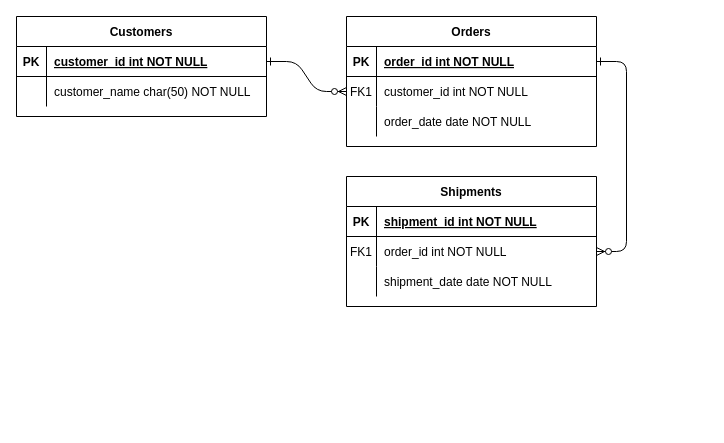
Before: MER.drawio in Leeflorencio/back-end_uni9, a draw.io diagram. Source tidied: cells renumbered, new cells numbered last; positions are measured from the earlier drawing's top-left corner, leaving out a move shared by most shapes. Both pictures are drawn from the tidied source at 100%, with x=0, y=0 at pixel (16, 16).
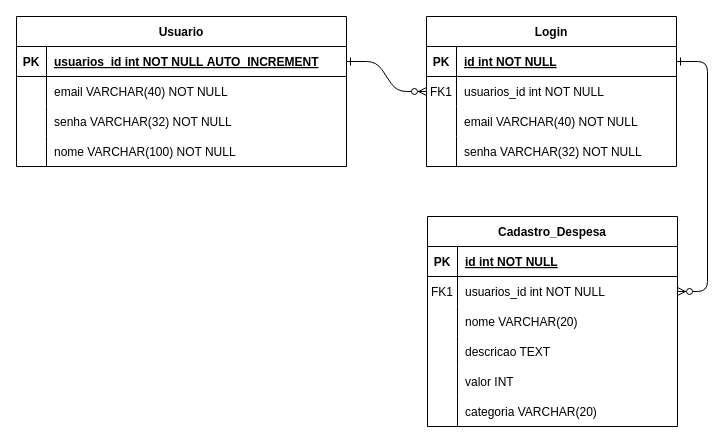
The same diagram, later.

Unchanged cells that the change refers to:
```xml
<mxCell id="5" style="shape=partialRectangle;fillColor=none;points=[[0,0.5],[1,0.5]];portConstraint=eastwest;top=0;left=0;right=0;bottom=1;" parent="4" vertex="1">
  <mxGeometry y="30" width="250" height="30" as="geometry" />
</mxCell>
<mxCell id="8" style="shape=partialRectangle;fillColor=none;points=[[0,0.5],[1,0.5]];portConstraint=eastwest;top=0;left=0;right=0;bottom=0;" parent="4" vertex="1">
  <mxGeometry y="60" width="250" height="30" as="geometry" />
</mxCell>
<mxCell id="11" style="shape=partialRectangle;fillColor=none;top=0;left=0;right=0;bottom=0;" parent="4" vertex="1">
  <mxGeometry y="90" width="250" height="30" as="geometry" />
</mxCell>
<mxCell id="15" style="shape=partialRectangle;fillColor=none;top=0;left=0;right=0;bottom=1;" parent="14" vertex="1">
  <mxGeometry y="30" width="250" height="30" as="geometry" />
</mxCell>
<mxCell id="18" style="shape=partialRectangle;fillColor=none;points=[[0,0.5],[1,0.5]];portConstraint=eastwest;top=0;left=0;right=0;bottom=0;" parent="14" vertex="1">
  <mxGeometry y="60" width="250" height="30" as="geometry" />
</mxCell>
<mxCell id="21" style="shape=partialRectangle;fillColor=none;top=0;left=0;right=0;bottom=0;" parent="14" vertex="1">
  <mxGeometry y="90" width="250" height="30" as="geometry" />
</mxCell>
```

What changed in the source:
```diff
@@
-    <mxCell id="4" value="Orders" style="shape=table;startSize=30;childLayout=tableLayout;rowLines=0;fontStyle=1;align=center;" parent="1" vertex="1">
-      <mxGeometry x="330" width="250" height="130" as="geometry" />
+    <mxCell id="4" value="Login" style="shape=table;startSize=30;childLayout=tableLayout;rowLines=0;fontStyle=1;align=center;" parent="1" vertex="1">
+      <mxGeometry x="410" width="250" height="150" as="geometry" />
     </mxCell>
@@
-    <mxCell id="7" value="order_id int NOT NULL " style="shape=partialRectangle;overflow=hidden;fillColor=none;top=0;left=0;bottom=0;right=0;align=left;spacingLeft=6;fontStyle=5;" parent="5" vertex="1">
+    <mxCell id="7" value="id int NOT NULL " style="shape=partialRectangle;overflow=hidden;fillColor=none;top=0;left=0;bottom=0;right=0;align=left;spacingLeft=6;fontStyle=5;" parent="5" vertex="1">
       <mxGeometry x="30" width="220" height="30" as="geometry" />
     </mxCell>
@@
-    <mxCell id="10" value="customer_id int NOT NULL" style="shape=partialRectangle;overflow=hidden;fillColor=none;top=0;left=0;bottom=0;right=0;align=left;spacingLeft=6;" parent="8" vertex="1">
+    <mxCell id="10" value="usuarios_id int NOT NULL" style="shape=partialRectangle;overflow=hidden;fillColor=none;top=0;left=0;bottom=0;right=0;align=left;spacingLeft=6;" parent="8" vertex="1">
       <mxGeometry x="30" width="220" height="30" as="geometry" />
     </mxCell>
@@
-    <mxCell id="13" value="order_date date NOT NULL" style="shape=partialRectangle;overflow=hidden;fillColor=none;top=0;left=0;bottom=0;right=0;align=left;spacingLeft=6;" parent="11" vertex="1">
+    <mxCell id="13" value="email VARCHAR(40) NOT NULL " style="shape=partialRectangle;overflow=hidden;fillColor=none;top=0;left=0;bottom=0;right=0;align=left;spacingLeft=6;" parent="11" vertex="1">
       <mxGeometry x="30" width="220" height="30" as="geometry" />
     </mxCell>
+    <mxCell id="31" style="shape=partialRectangle;fillColor=none;top=0;left=0;right=0;bottom=0;" parent="4" vertex="1">
+      <mxGeometry y="120" width="250" height="30" as="geometry" />
+    </mxCell>
+    <mxCell id="32" style="shape=partialRectangle;overflow=hidden;fillColor=none;top=0;left=0;bottom=0;right=0;" parent="31" vertex="1">
+      <mxGeometry width="30" height="30" as="geometry" />
+    </mxCell>
+    <mxCell id="33" value="senha VARCHAR(32) NOT NULL " style="shape=partialRectangle;overflow=hidden;fillColor=none;top=0;left=0;bottom=0;right=0;align=left;spacingLeft=6;" parent="31" vertex="1">
+      <mxGeometry x="30" width="220" height="30" as="geometry" />
+    </mxCell>
-    <mxCell id="14" value="Shipments" style="shape=table;startSize=30;childLayout=tableLayout;rowLines=0;fontStyle=1;align=center;" parent="1" vertex="1">
-      <mxGeometry x="330" y="160" width="250" height="130" as="geometry" />
+    <mxCell id="14" value="Cadastro_Despesa" style="shape=table;startSize=30;childLayout=tableLayout;rowLines=0;fontStyle=1;align=center;" parent="1" vertex="1">
+      <mxGeometry x="411" y="200" width="250" height="210" as="geometry" />
     </mxCell>
@@
-    <mxCell id="17" value="shipment_id int NOT NULL " style="shape=partialRectangle;overflow=hidden;fillColor=none;top=0;left=0;bottom=0;right=0;align=left;spacingLeft=6;fontStyle=5;" parent="15" vertex="1">
+    <mxCell id="17" value="id int NOT NULL " style="shape=partialRectangle;overflow=hidden;fillColor=none;top=0;left=0;bottom=0;right=0;align=left;spacingLeft=6;fontStyle=5;" parent="15" vertex="1">
       <mxGeometry x="30" width="220" height="30" as="geometry" />
     </mxCell>
@@
-    <mxCell id="20" value="order_id int NOT NULL" style="shape=partialRectangle;overflow=hidden;fillColor=none;top=0;left=0;bottom=0;right=0;align=left;spacingLeft=6;" parent="18" vertex="1">
+    <mxCell id="20" value="usuarios_id int NOT NULL" style="shape=partialRectangle;overflow=hidden;fillColor=none;top=0;left=0;bottom=0;right=0;align=left;spacingLeft=6;" parent="18" vertex="1">
       <mxGeometry x="30" width="220" height="30" as="geometry" />
     </mxCell>
@@
-    <mxCell id="23" value="shipment_date date NOT NULL" style="shape=partialRectangle;overflow=hidden;fillColor=none;top=0;left=0;bottom=0;right=0;align=left;spacingLeft=6;" parent="21" vertex="1">
+    <mxCell id="23" value="nome VARCHAR(20)" style="shape=partialRectangle;overflow=hidden;fillColor=none;top=0;left=0;bottom=0;right=0;align=left;spacingLeft=6;" parent="21" vertex="1">
       <mxGeometry x="30" width="220" height="30" as="geometry" />
     </mxCell>
+    <mxCell id="34" style="shape=partialRectangle;fillColor=none;top=0;left=0;right=0;bottom=0;" parent="14" vertex="1">
+      <mxGeometry y="120" width="250" height="30" as="geometry" />
+    </mxCell>
+    <mxCell id="35" style="shape=partialRectangle;overflow=hidden;fillColor=none;top=0;left=0;bottom=0;right=0;" parent="34" vertex="1">
+      <mxGeometry width="30" height="30" as="geometry" />
+    </mxCell>
+    <mxCell id="36" value="descricao TEXT" style="shape=partialRectangle;overflow=hidden;fillColor=none;top=0;left=0;bottom=0;right=0;align=left;spacingLeft=6;" parent="34" vertex="1">
+      <mxGeometry x="30" width="220" height="30" as="geometry" />
+    </mxCell>
+    <mxCell id="37" style="shape=partialRectangle;fillColor=none;top=0;left=0;right=0;bottom=0;" parent="14" vertex="1">
+      <mxGeometry y="150" width="250" height="30" as="geometry" />
+    </mxCell>
+    <mxCell id="38" style="shape=partialRectangle;overflow=hidden;fillColor=none;top=0;left=0;bottom=0;right=0;" parent="37" vertex="1">
+      <mxGeometry width="30" height="30" as="geometry" />
+    </mxCell>
+    <mxCell id="39" value="valor INT" style="shape=partialRectangle;overflow=hidden;fillColor=none;top=0;left=0;bottom=0;right=0;align=left;spacingLeft=6;" parent="37" vertex="1">
+      <mxGeometry x="30" width="220" height="30" as="geometry" />
+    </mxCell>
+    <mxCell id="40" style="shape=partialRectangle;fillColor=none;top=0;left=0;right=0;bottom=0;" parent="14" vertex="1">
+      <mxGeometry y="180" width="250" height="30" as="geometry" />
+    </mxCell>
+    <mxCell id="41" style="shape=partialRectangle;overflow=hidden;fillColor=none;top=0;left=0;bottom=0;right=0;" parent="40" vertex="1">
+      <mxGeometry width="30" height="30" as="geometry" />
+    </mxCell>
+    <mxCell id="42" value="categoria VARCHAR(20)" style="shape=partialRectangle;overflow=hidden;fillColor=none;top=0;left=0;bottom=0;right=0;align=left;spacingLeft=6;" parent="40" vertex="1">
+      <mxGeometry x="30" width="220" height="30" as="geometry" />
+    </mxCell>
-    <mxCell id="24" value="Customers" style="shape=table;startSize=30;childLayout=tableLayout;rowLines=0;fontStyle=1;align=center;" parent="1" vertex="1">
-      <mxGeometry width="250" height="100" as="geometry" />
+    <mxCell id="24" value="Usuario" style="shape=table;startSize=30;childLayout=tableLayout;rowLines=0;fontStyle=1;align=center;" parent="1" vertex="1">
+      <mxGeometry width="330" height="150" as="geometry" />
     </mxCell>
     <mxCell id="25" style="shape=partialRectangle;fillColor=none;points=[[0,0.5],[1,0.5]];portConstraint=eastwest;top=0;left=0;right=0;bottom=1;" parent="24" vertex="1">
-      <mxGeometry y="30" width="250" height="30" as="geometry" />
+      <mxGeometry y="30" width="330" height="30" as="geometry" />
     </mxCell>
@@
-    <mxCell id="27" value="customer_id int NOT NULL " style="shape=partialRectangle;overflow=hidden;fillColor=none;top=0;left=0;bottom=0;right=0;align=left;spacingLeft=6;fontStyle=5;" parent="25" vertex="1">
-      <mxGeometry x="30" width="220" height="30" as="geometry" />
+    <mxCell id="27" value="usuarios_id int NOT NULL AUTO_INCREMENT" style="shape=partialRectangle;overflow=hidden;fillColor=none;top=0;left=0;bottom=0;right=0;align=left;spacingLeft=6;fontStyle=5;" parent="25" vertex="1">
+      <mxGeometry x="30" width="300" height="30" as="geometry" />
     </mxCell>
     <mxCell id="28" style="shape=partialRectangle;fillColor=none;top=0;left=0;right=0;bottom=0;" parent="24" vertex="1">
-      <mxGeometry y="60" width="250" height="30" as="geometry" />
+      <mxGeometry y="60" width="330" height="30" as="geometry" />
     </mxCell>
@@
-    <mxCell id="30" value="customer_name char(50) NOT NULL" style="shape=partialRectangle;overflow=hidden;fillColor=none;top=0;left=0;bottom=0;right=0;align=left;spacingLeft=6;" parent="28" vertex="1">
-      <mxGeometry x="30" width="220" height="30" as="geometry" />
+    <mxCell id="30" value="email VARCHAR(40) NOT NULL " style="shape=partialRectangle;overflow=hidden;fillColor=none;top=0;left=0;bottom=0;right=0;align=left;spacingLeft=6;" parent="28" vertex="1">
+      <mxGeometry x="30" width="300" height="30" as="geometry" />
     </mxCell>
+    <mxCell id="43" style="shape=partialRectangle;fillColor=none;top=0;left=0;right=0;bottom=0;" parent="24" vertex="1">
+      <mxGeometry y="90" width="330" height="30" as="geometry" />
+    </mxCell>
+    <mxCell id="44" style="shape=partialRectangle;overflow=hidden;fillColor=none;top=0;left=0;bottom=0;right=0;" parent="43" vertex="1">
+      <mxGeometry width="30" height="30" as="geometry" />
+    </mxCell>
+    <mxCell id="45" value="senha VARCHAR(32) NOT NULL" style="shape=partialRectangle;overflow=hidden;fillColor=none;top=0;left=0;bottom=0;right=0;align=left;spacingLeft=6;" parent="43" vertex="1">
+      <mxGeometry x="30" width="300" height="30" as="geometry" />
+    </mxCell>
+    <mxCell id="46" style="shape=partialRectangle;fillColor=none;top=0;left=0;right=0;bottom=0;" parent="24" vertex="1">
+      <mxGeometry y="120" width="330" height="30" as="geometry" />
+    </mxCell>
+    <mxCell id="47" style="shape=partialRectangle;overflow=hidden;fillColor=none;top=0;left=0;bottom=0;right=0;" parent="46" vertex="1">
+      <mxGeometry width="30" height="30" as="geometry" />
+    </mxCell>
+    <mxCell id="48" value="nome VARCHAR(100) NOT NULL" style="shape=partialRectangle;overflow=hidden;fillColor=none;top=0;left=0;bottom=0;right=0;align=left;spacingLeft=6;" parent="46" vertex="1">
+      <mxGeometry x="30" width="300" height="30" as="geometry" />
+    </mxCell>
```
